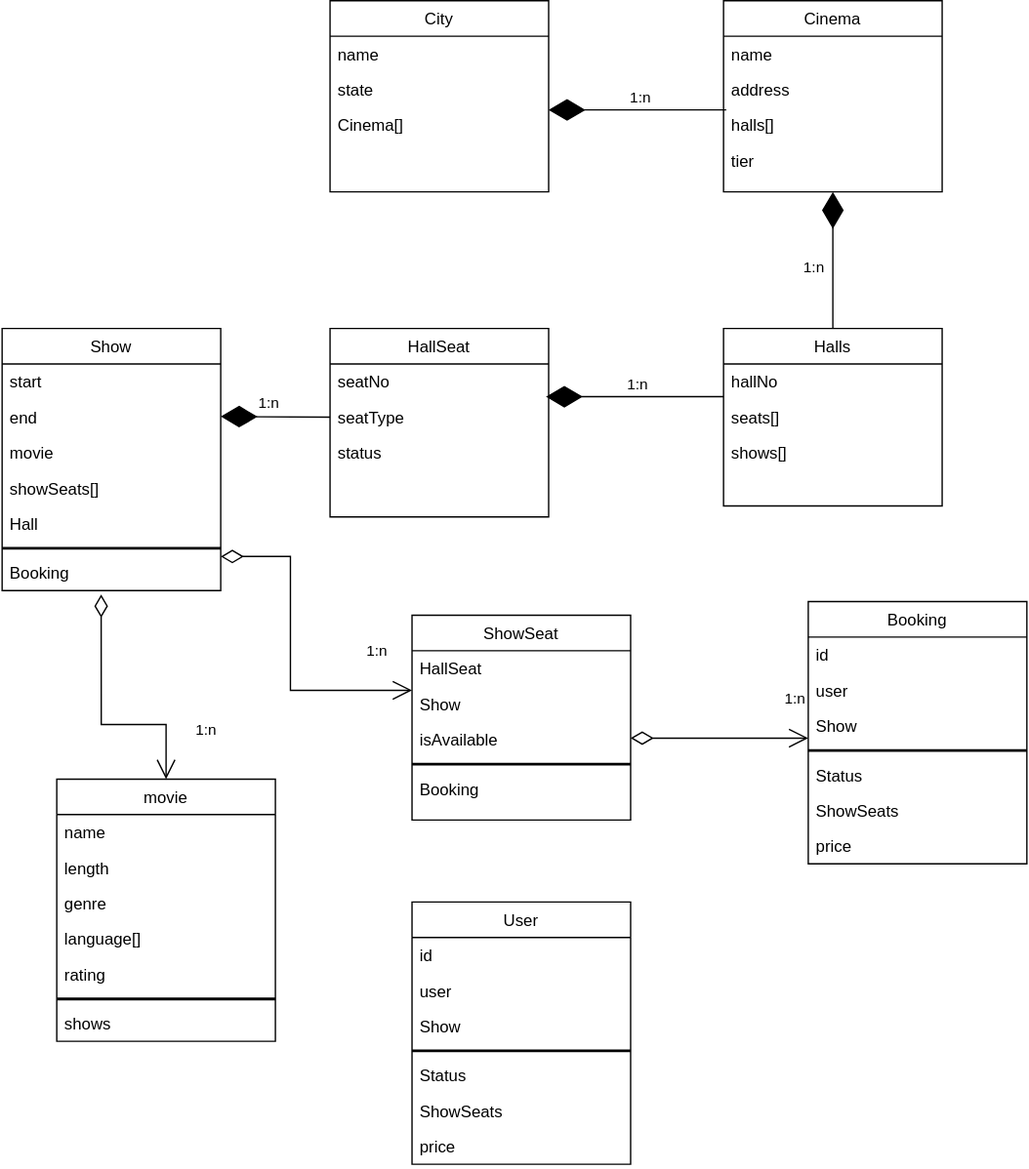
Earlier version of the draw.io export BookMyShowCD.svg (Rammechh/Class_Diagrams). Source tidied: cells renumbered, new cells last; positions are measured from the earlier drawing's top-left corner, leaving out a move shared by most shapes.
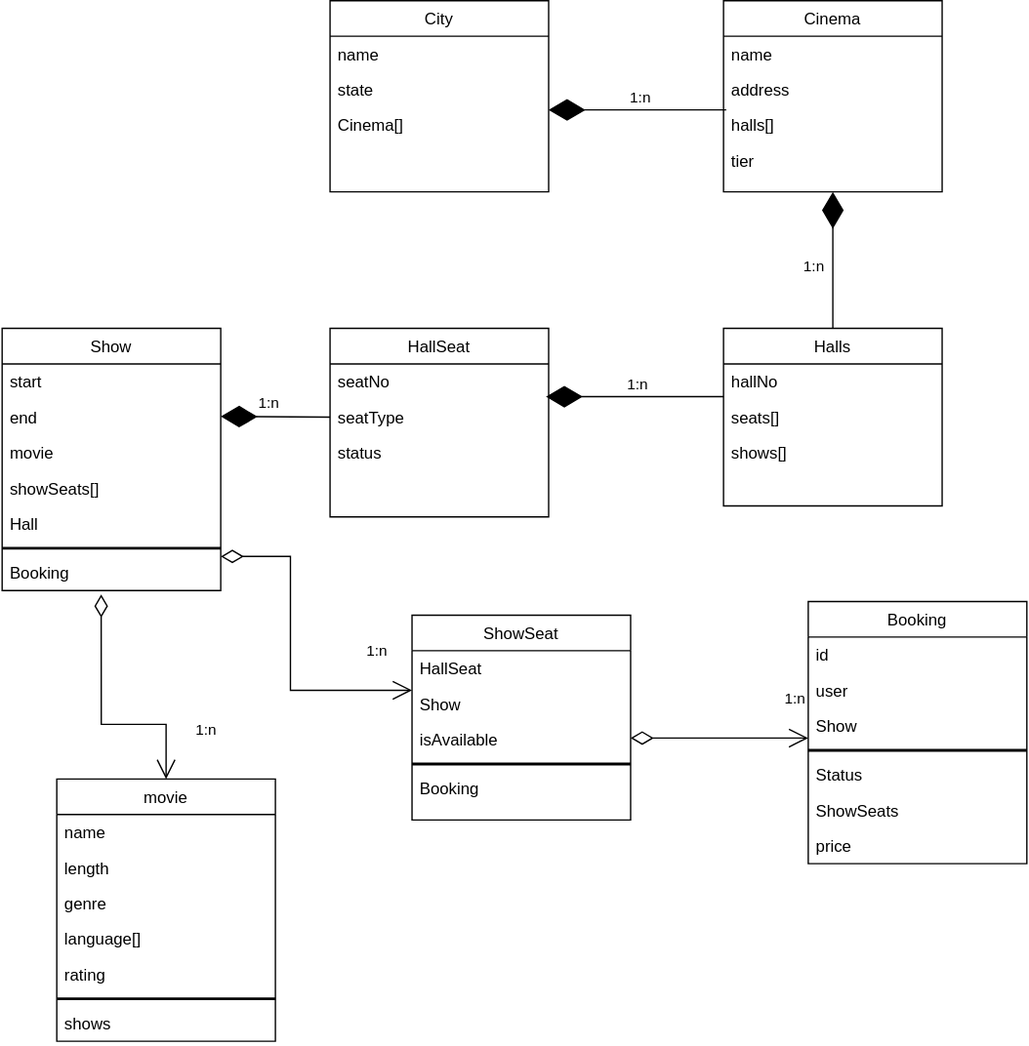
After the commit.

The edit, as a diff of the source:
```diff
@@ -202,30 +202,6 @@
     <mxCell id="58" value="price" style="text;align=left;verticalAlign=top;spacingLeft=4;spacingRight=4;overflow=hidden;fontStyle=0;" parent="51" vertex="1">
       <mxGeometry y="166" width="160" height="26" as="geometry" />
     </mxCell>
-    <mxCell id="59" value="User" style="swimlane;fontStyle=0;align=center;verticalAlign=top;horizontal=1;startSize=26;rounded=0;shadow=0;strokeWidth=1;" parent="1" vertex="1">
-      <mxGeometry x="300" y="660" width="160" height="192" as="geometry" />
-    </mxCell>
-    <mxCell id="60" value="id" style="text;align=left;verticalAlign=top;spacingLeft=4;spacingRight=4;overflow=hidden;rounded=0;shadow=0;html=0;" parent="59" vertex="1">
-      <mxGeometry y="26" width="160" height="26" as="geometry" />
-    </mxCell>
-    <mxCell id="61" value="user" style="text;align=left;verticalAlign=top;spacingLeft=4;spacingRight=4;overflow=hidden;fontStyle=0;" parent="59" vertex="1">
-      <mxGeometry y="52" width="160" height="26" as="geometry" />
-    </mxCell>
-    <mxCell id="62" value="Show" style="text;align=left;verticalAlign=top;spacingLeft=4;spacingRight=4;overflow=hidden;fontStyle=0;" parent="59" vertex="1">
-      <mxGeometry y="78" width="160" height="26" as="geometry" />
-    </mxCell>
-    <mxCell id="63" style="line;strokeWidth=2;html=1;" parent="59" vertex="1">
-      <mxGeometry y="104" width="160" height="10" as="geometry" />
-    </mxCell>
-    <mxCell id="64" value="Status" style="text;align=left;verticalAlign=top;spacingLeft=4;spacingRight=4;overflow=hidden;fontStyle=0;" parent="59" vertex="1">
-      <mxGeometry y="114" width="160" height="26" as="geometry" />
-    </mxCell>
-    <mxCell id="65" value="ShowSeats" style="text;align=left;verticalAlign=top;spacingLeft=4;spacingRight=4;overflow=hidden;fontStyle=0;" parent="59" vertex="1">
-      <mxGeometry y="140" width="160" height="26" as="geometry" />
-    </mxCell>
-    <mxCell id="66" value="price" style="text;align=left;verticalAlign=top;spacingLeft=4;spacingRight=4;overflow=hidden;fontStyle=0;" parent="59" vertex="1">
-      <mxGeometry y="166" width="160" height="26" as="geometry" />
-    </mxCell>
     <mxCell id="67" value="1:n" style="endArrow=open;html=1;endSize=12;startArrow=diamondThin;startSize=14;startFill=0;edgeStyle=orthogonalEdgeStyle;align=left;verticalAlign=bottom;rounded=0;" parent="1" edge="1">
       <mxGeometry x="0.71" y="20" relative="1" as="geometry">
         <mxPoint x="460" y="540" as="sourcePoint" />
```
